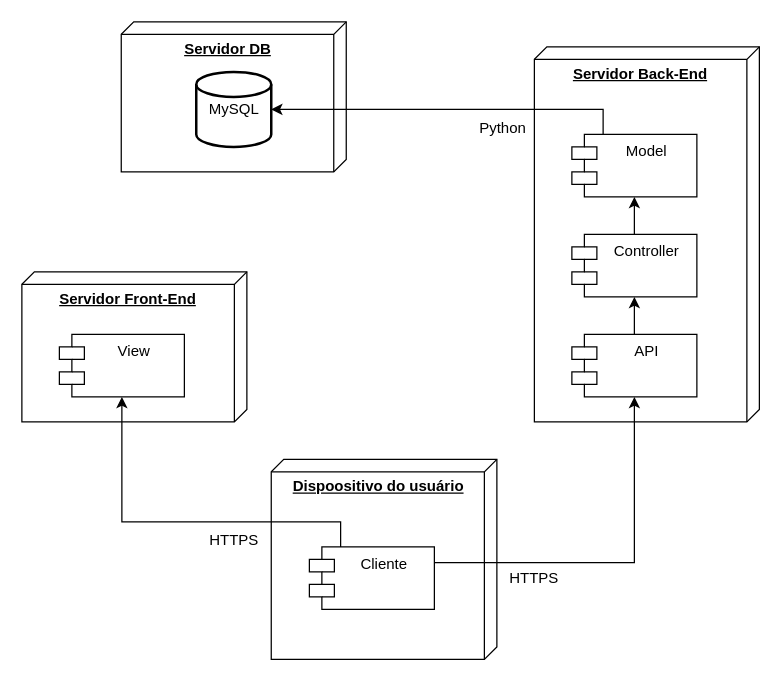
Above: Documentação/Diagramas/Diagrama de Implantação.drawio in frsouzaa/Documentacao-TCC-NossaVia (draw.io), before the change. Source tidied: cells renumbered, new cells numbered last; positions are measured from the earlier drawing's top-left corner, leaving out a move shared by most shapes. Both pictures are drawn from the tidied source at 125%, with x=0, y=0 at pixel (21, 21).
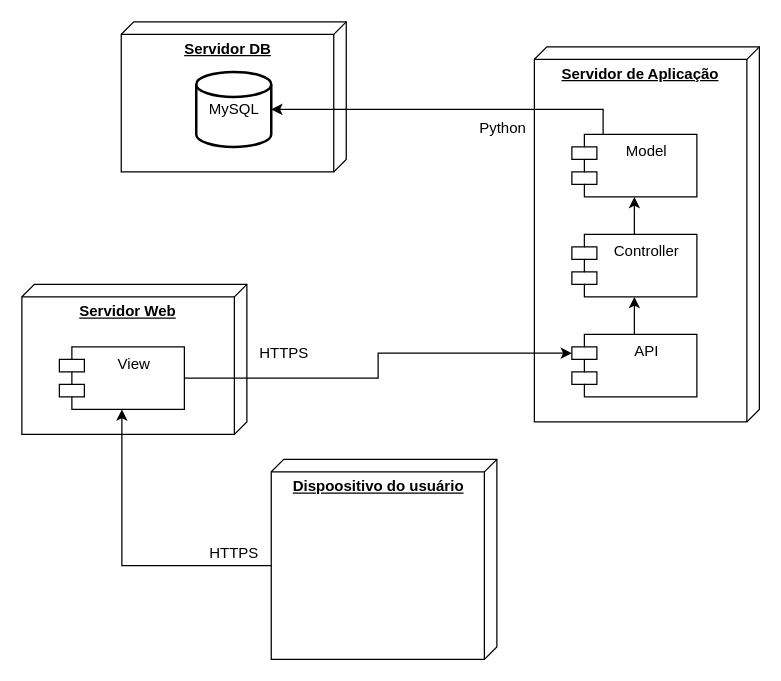
The same diagram, later.

Commit message:
correção na relação entre os componentes

Unchanged cells that the change refers to:
```xml
<mxCell id="2" value="&lt;b&gt;Dispoositivo do usuário&lt;/b&gt;" style="verticalAlign=top;align=center;spacingTop=8;spacingLeft=2;spacingRight=12;shape=cube;size=10;direction=south;fontStyle=4;html=1;whiteSpace=wrap;" parent="1" vertex="1">
  <mxGeometry x="199.5" y="350" width="180.5" height="160" as="geometry" />
</mxCell>
<mxCell id="13" value="API" style="shape=module;align=left;spacingLeft=20;align=center;verticalAlign=top;whiteSpace=wrap;html=1;" parent="1" vertex="1">
  <mxGeometry x="440" y="250" width="100" height="50" as="geometry" />
</mxCell>
```

The edit, as a diff of the source:
```diff
@@
-    <mxCell id="3" value="&lt;b&gt;Servidor Front-End&lt;/b&gt;" style="verticalAlign=top;align=center;spacingTop=8;spacingLeft=2;spacingRight=12;shape=cube;size=10;direction=south;fontStyle=4;html=1;whiteSpace=wrap;" parent="1" vertex="1">
-      <mxGeometry y="200" width="180" height="120" as="geometry" />
+    <mxCell id="3" value="&lt;b&gt;Servidor Web&lt;/b&gt;" style="verticalAlign=top;align=center;spacingTop=8;spacingLeft=2;spacingRight=12;shape=cube;size=10;direction=south;fontStyle=4;html=1;whiteSpace=wrap;" parent="1" vertex="1">
+      <mxGeometry y="210" width="180" height="120" as="geometry" />
     </mxCell>
@@
     <mxCell id="5" value="HTTPS" style="text;html=1;align=center;verticalAlign=middle;whiteSpace=wrap;rounded=0;" parent="1" vertex="1">
-      <mxGeometry x="139.5" y="400" width="60" height="30" as="geometry" />
+      <mxGeometry x="139.5" y="410" width="60" height="30" as="geometry" />
     </mxCell>
@@
-    <mxCell id="7" style="edgeStyle=orthogonalEdgeStyle;rounded=0;jettySize=auto;html=1;exitX=0.25;exitY=0;exitDx=0;exitDy=0;entryX=0.5;entryY=1;entryDx=0;entryDy=0;" parent="1" edge="1" source="8" target="17">
+    <mxCell id="7" style="edgeStyle=orthogonalEdgeStyle;rounded=0;jettySize=auto;html=1;exitX=0;exitY=0;exitDx=85;exitDy=180.5;entryX=0.5;entryY=1;entryDx=0;entryDy=0;exitPerimeter=0;" parent="1" edge="1" source="2" target="17">
       <mxGeometry relative="1" as="geometry">
         <Array as="points">
-          <mxPoint x="255" y="400" />
-          <mxPoint x="80" y="400" />
+          <mxPoint x="80" y="435" />
         </Array>
       </mxGeometry>
     </mxCell>
-    <mxCell id="8" value="Cliente" style="shape=module;align=left;spacingLeft=20;align=center;verticalAlign=top;whiteSpace=wrap;html=1;" parent="1" vertex="1">
-      <mxGeometry x="230" y="420" width="100" height="50" as="geometry" />
-    </mxCell>
-    <mxCell id="9" value="&lt;b&gt;Servidor Back-End&lt;/b&gt;" style="verticalAlign=top;align=center;spacingTop=8;spacingLeft=2;spacingRight=12;shape=cube;size=10;direction=south;fontStyle=4;html=1;whiteSpace=wrap;" parent="1" vertex="1">
+    <mxCell id="9" value="&lt;b&gt;Servidor de Aplicação&lt;/b&gt;" style="verticalAlign=top;align=center;spacingTop=8;spacingLeft=2;spacingRight=12;shape=cube;size=10;direction=south;fontStyle=4;html=1;whiteSpace=wrap;" parent="1" vertex="1">
       <mxGeometry x="410" y="20" width="180" height="300" as="geometry" />
     </mxCell>
-    <mxCell id="10" style="edgeStyle=orthogonalEdgeStyle;rounded=0;jettySize=auto;html=1;entryX=0.5;entryY=1;entryDx=0;entryDy=0;exitX=1;exitY=0.25;exitDx=0;exitDy=0;" parent="1" edge="1" source="8" target="13">
+    <mxCell id="10" style="edgeStyle=orthogonalEdgeStyle;rounded=0;jettySize=auto;html=1;entryX=0;entryY=0;entryDx=0;entryDy=15;exitX=1;exitY=0.5;exitDx=0;exitDy=0;entryPerimeter=0;" parent="1" edge="1" source="17" target="13">
       <mxGeometry relative="1" as="geometry" />
     </mxCell>
     <mxCell id="11" value="HTTPS" style="text;html=1;align=center;verticalAlign=middle;whiteSpace=wrap;rounded=0;" parent="1" vertex="1">
-      <mxGeometry x="380" y="430" width="60" height="30" as="geometry" />
+      <mxGeometry x="180" y="250" width="60" height="30" as="geometry" />
     </mxCell>
@@
     <mxCell id="17" value="View" style="shape=module;align=left;spacingLeft=20;align=center;verticalAlign=top;whiteSpace=wrap;html=1;" parent="1" vertex="1">
-      <mxGeometry x="30" y="250" width="100" height="50" as="geometry" />
+      <mxGeometry x="30" y="260" width="100" height="50" as="geometry" />
     </mxCell>
```
